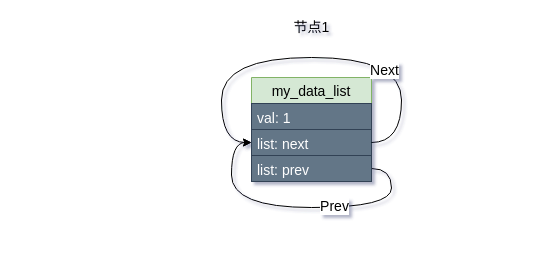
The draw.io diagram 04 - 内核链表创建.drawio in Vinson-001/Blog-flow-chart, before the edit. Source tidied: cells renumbered, new cells numbered last; positions are measured from the earlier drawing's top-left corner, leaving out a move shared by most shapes. Both pictures are drawn from the tidied source at 100%, with x=0, y=0 at pixel (221, 17).
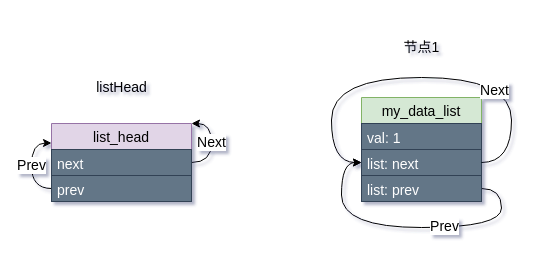
The same diagram, later.

Commit message (it also covers changes not shown here):
更新04 - 内核链表创建.drawio

Diff of the diagram source:
```diff
@@
+    <mxCell id="11" style="group;" parent="1" vertex="1">
+      <mxGeometry x="140" y="20" width="120" height="164" as="geometry" />
+    </mxCell>
-    <mxCell id="2" value="my_data_list" style="swimlane;fontStyle=0;horizontal=1;startSize=26;fillColor=#d5e8d4;fontSize=14;strokeColor=#82b366;" parent="1" vertex="1">
-      <mxGeometry x="30" y="60" width="120" height="104" as="geometry" />
+    <mxCell id="2" value="my_data_list" style="swimlane;fontStyle=0;horizontal=1;startSize=26;fillColor=#d5e8d4;fontSize=14;strokeColor=#82b366;" parent="11" vertex="1">
+      <mxGeometry y="60" width="120" height="104" as="geometry" />
     </mxCell>
@@
-    <mxCell id="10" value="节点1" style="text;html=1;align=center;verticalAlign=middle;fontSize=14;" parent="1" vertex="1">
-      <mxGeometry x="65" width="50" height="20" as="geometry" />
+    <mxCell id="10" value="节点1" style="text;html=1;align=center;verticalAlign=middle;fontSize=14;" parent="11" vertex="1">
+      <mxGeometry x="35" width="50" height="20" as="geometry" />
     </mxCell>
+    <mxCell id="12" value="list_head" style="swimlane;fontStyle=0;horizontal=1;startSize=26;fillColor=#e1d5e7;fontSize=14;strokeColor=#9673a6;" parent="1" vertex="1">
+      <mxGeometry x="-170" y="106" width="140" height="78" as="geometry" />
+    </mxCell>
+    <mxCell id="13" value="Next" style="edgeStyle=orthogonalEdgeStyle;curved=1;rounded=0;jettySize=auto;html=1;exitX=1;exitY=0.5;exitDx=0;exitDy=0;entryX=1;entryY=0;entryDx=0;entryDy=0;fontSize=14;" parent="12" edge="1" source="14" target="12">
+      <mxGeometry relative="1" as="geometry">
+        <Array as="points">
+          <mxPoint x="160" y="39" />
+          <mxPoint x="160" />
+        </Array>
+      </mxGeometry>
+    </mxCell>
+    <mxCell id="14" value="next" style="text;strokeColor=#314354;fillColor=#647687;align=left;verticalAlign=top;spacingLeft=4;spacingRight=4;overflow=hidden;points=[[0,0.5],[1,0.5]];portConstraint=eastwest;fontColor=#ffffff;fontSize=14;" parent="12" vertex="1">
+      <mxGeometry y="26" width="140" height="26" as="geometry" />
+    </mxCell>
+    <mxCell id="15" value="Prev" style="edgeStyle=orthogonalEdgeStyle;curved=1;rounded=0;jettySize=auto;html=1;exitX=0;exitY=0.5;exitDx=0;exitDy=0;entryX=0;entryY=0.25;entryDx=0;entryDy=0;fontSize=14;" parent="12" edge="1" source="16" target="12">
+      <mxGeometry relative="1" as="geometry" />
+    </mxCell>
+    <mxCell id="16" value="prev" style="text;strokeColor=#314354;fillColor=#647687;align=left;verticalAlign=top;spacingLeft=4;spacingRight=4;overflow=hidden;points=[[0,0.5],[1,0.5]];portConstraint=eastwest;fontColor=#ffffff;fontSize=14;" parent="12" vertex="1">
+      <mxGeometry y="52" width="140" height="26" as="geometry" />
+    </mxCell>
+    <mxCell id="17" value="listHead" style="text;html=1;align=center;verticalAlign=middle;fontSize=14;" parent="1" vertex="1">
+      <mxGeometry x="-135" y="60" width="70" height="20" as="geometry" />
+    </mxCell>
```
